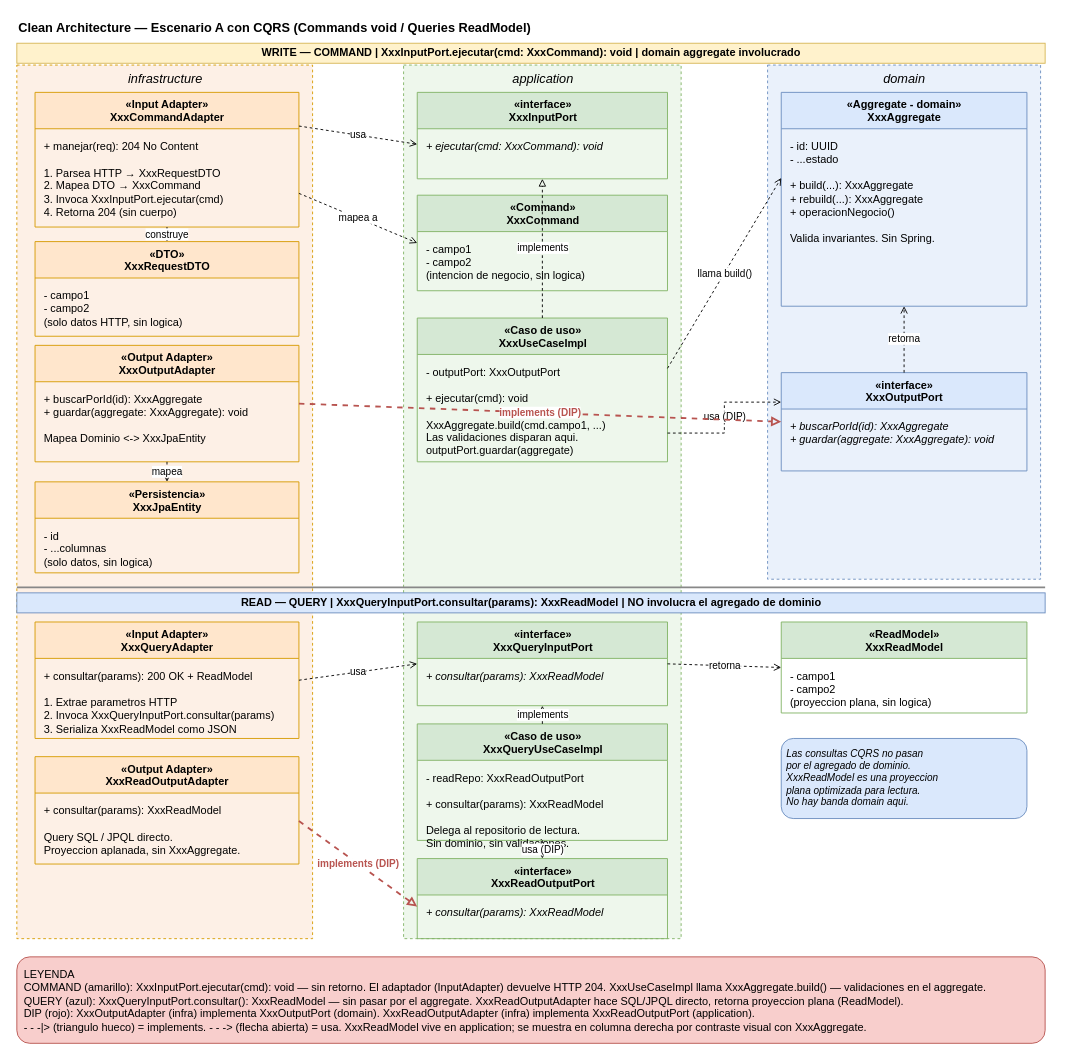
Before: docs/clean-architecture-clases-plantilla.drawio in arquisoft-uco/arquisoft-backend, a draw.io diagram. Source tidied: cells renumbered, new cells numbered last; positions are measured from the earlier drawing's top-left corner, leaving out a move shared by most shapes. Both pictures are drawn from the tidied source at 91%, with x=0, y=0 at pixel (16, 15).
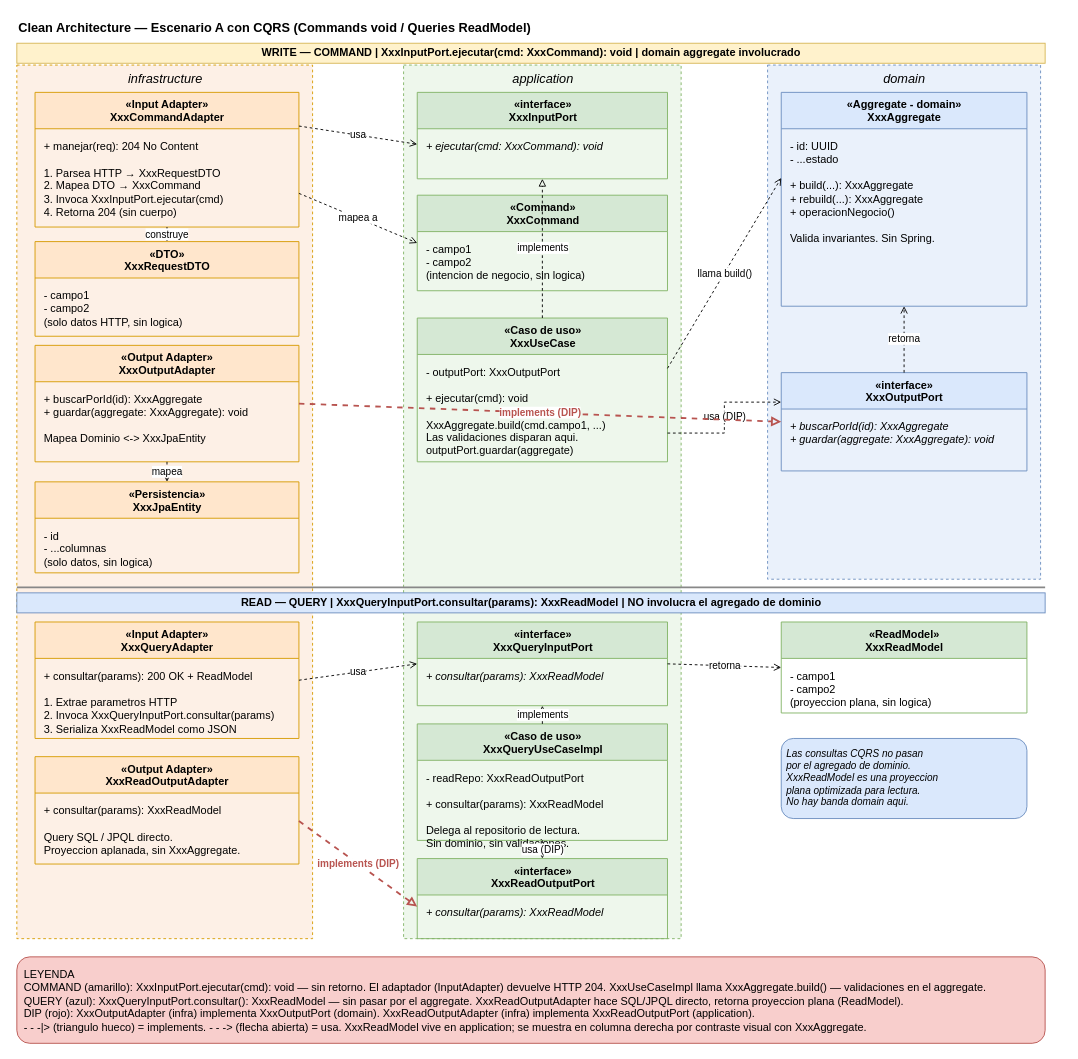
The same page after the edit.

Change to the diagram source:
```diff
@@
-    <mxCell id="19" value="«Caso de uso»&#10;XxxUseCaseImpl" style="swimlane;html=1;fontStyle=1;align=center;verticalAlign=top;startSize=40;rounded=0;fillColor=#d5e8d4;strokeColor=#82b366;" parent="1" vertex="1">
+    <mxCell id="19" value="«Caso de uso»&lt;br&gt;XxxUseCase" style="swimlane;html=1;fontStyle=1;align=center;verticalAlign=top;startSize=40;rounded=0;fillColor=#d5e8d4;strokeColor=#82b366;" parent="1" vertex="1">
       <mxGeometry x="440" y="332" width="275" height="158" as="geometry" />
     </mxCell>
```
